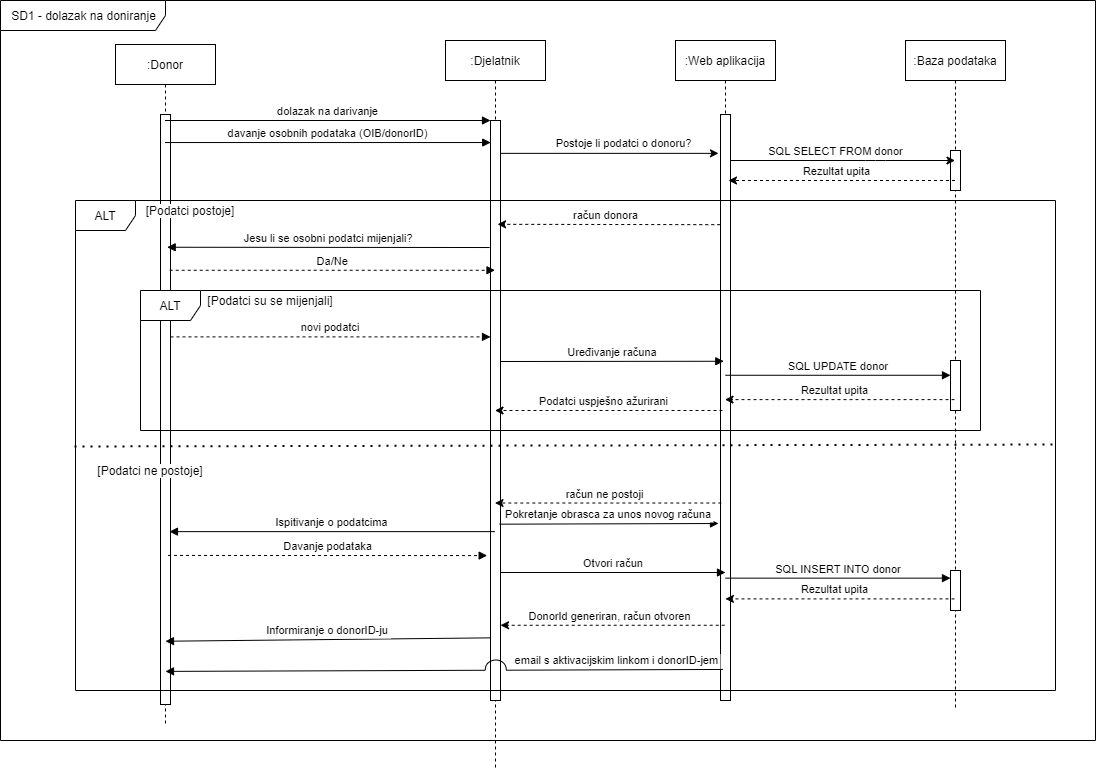
Earlier version of the draw.io export Dokumentacija/Use cases/Sekvencijski-SD1 dolazak na doniranje.png (ToniIvankovic/TrueBlood). Source tidied: cells renumbered, new cells last; positions are measured from the earlier drawing's top-left corner, leaving out a move shared by most shapes.
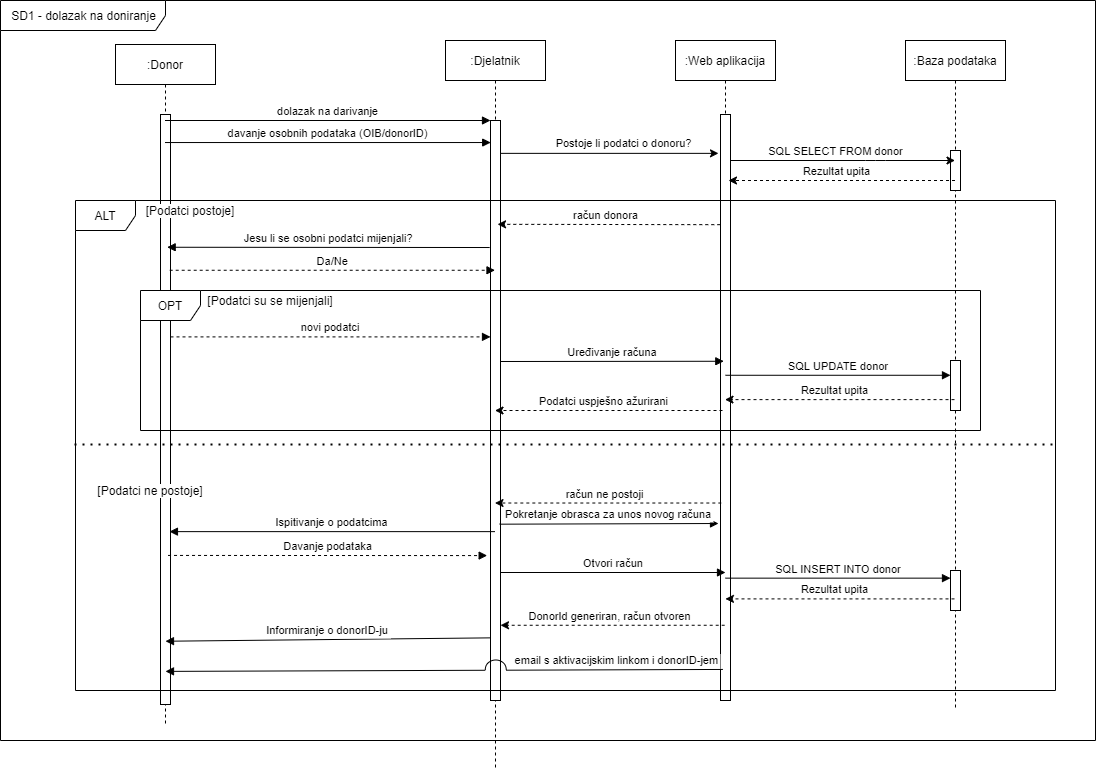
Later version of the same file.

The edit, as a diff of the source:
```diff
@@ -188,13 +188,15 @@
     <mxCell id="47" value="[Podatci su se mijenjali]" style="text;html=1;strokeColor=none;fillColor=none;align=center;verticalAlign=middle;whiteSpace=wrap;rounded=0;labelBackgroundColor=#ffffff;" parent="1" vertex="1">
       <mxGeometry x="205" y="290" width="130" height="20" as="geometry" />
     </mxCell>
-    <mxCell id="48" style="endArrow=none;dashed=1;html=1;dashPattern=1 3;strokeWidth=2;labelBackgroundColor=none;fontColor=#000000;exitX=-0.001;exitY=0.502;exitDx=0;exitDy=0;exitPerimeter=0;entryX=1.003;entryY=0.498;entryDx=0;entryDy=0;entryPerimeter=0;" parent="1" edge="1" source="51" target="51">
-      <mxGeometry relative="1" as="geometry" />
+    <mxCell id="48" style="endArrow=none;dashed=1;html=1;dashPattern=1 3;strokeWidth=2;labelBackgroundColor=none;fontColor=#000000;entryX=1.003;entryY=0.498;entryDx=0;entryDy=0;entryPerimeter=0;" parent="1" edge="1" target="51">
+      <mxGeometry relative="1" as="geometry">
+        <mxPoint x="74" y="444" as="sourcePoint" />
+      </mxGeometry>
     </mxCell>
     <mxCell id="49" value="[Podatci ne postoje]" style="text;html=1;strokeColor=none;fillColor=none;align=center;verticalAlign=middle;whiteSpace=wrap;rounded=0;labelBackgroundColor=#ffffff;" parent="1" vertex="1">
-      <mxGeometry x="85" y="460" width="130" height="20" as="geometry" />
+      <mxGeometry x="85" y="480" width="130" height="20" as="geometry" />
     </mxCell>
-    <mxCell id="50" value="ALT" style="shape=umlFrame;whiteSpace=wrap;html=1;" parent="1" vertex="1">
+    <mxCell id="50" value="OPT" style="shape=umlFrame;whiteSpace=wrap;html=1;" parent="1" vertex="1">
       <mxGeometry x="140" y="290" width="840" height="140" as="geometry" />
     </mxCell>
     <mxCell id="51" value="ALT" style="shape=umlFrame;whiteSpace=wrap;html=1;fillColor=none;" parent="1" vertex="1">
```
